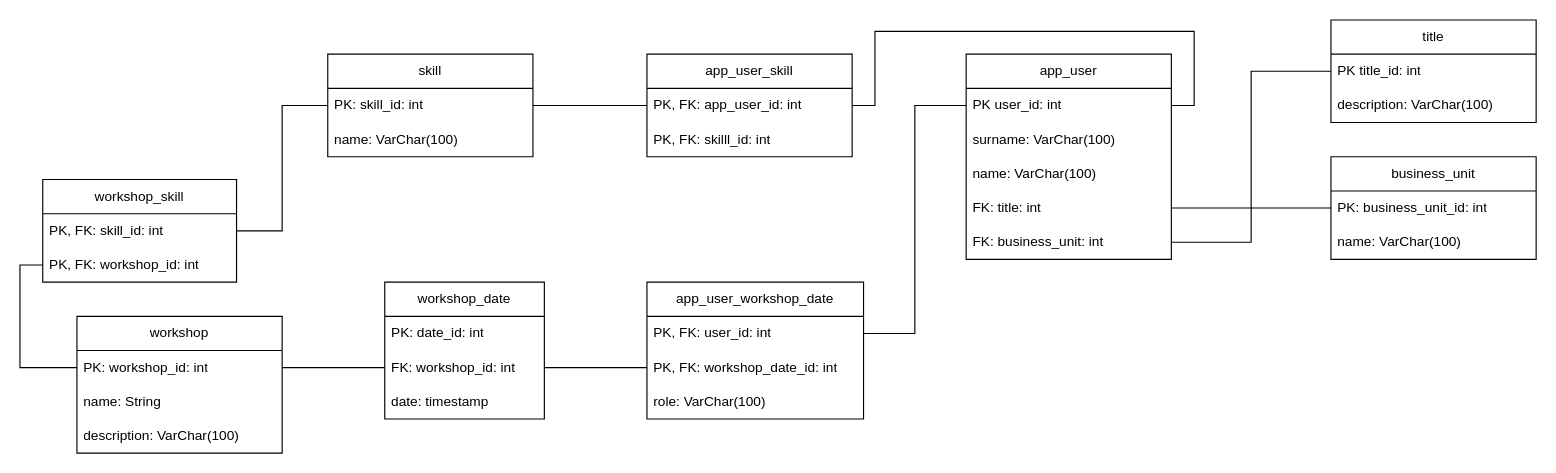
Before: diagrams/ERM.drawio in FlxPt/MeetUp, a draw.io diagram. Source tidied: cells renumbered, new cells numbered last; positions are measured from the earlier drawing's top-left corner, leaving out a move shared by most shapes. Both pictures are drawn from the tidied source at 114%, with x=0, y=0 at pixel (42, 19).
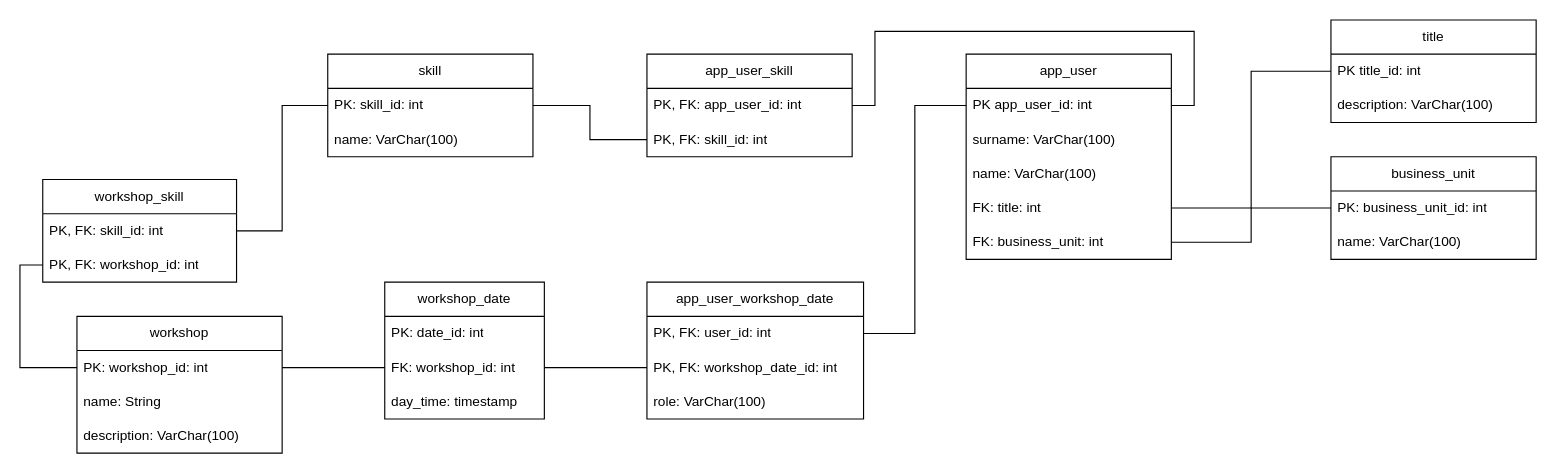
After the change.

Commit message (it also covers changes not shown here):
ref: add relationship between workshop and Workshop_date

Unchanged cells that the change refers to:
```xml
<mxCell id="10" value="PK:&amp;nbsp;&lt;span style=&quot;text-align: center;&quot;&gt;skill&lt;/span&gt;_id: int" style="text;strokeColor=none;fillColor=none;align=left;verticalAlign=middle;spacingLeft=4;spacingRight=4;overflow=hidden;points=[[0,0.5],[1,0.5]];portConstraint=eastwest;whiteSpace=wrap;html=1;" parent="9" vertex="1">
  <mxGeometry y="30" width="180" height="30" as="geometry" />
</mxCell>
<mxCell id="12" value="app_user_skill" style="swimlane;fontStyle=0;horizontal=1;startSize=30;whiteSpace=wrap;html=1;" parent="1" vertex="1">
  <mxGeometry x="530" y="30" width="180" height="90" as="geometry" />
</mxCell>
<mxCell id="13" value="PK, FK: app_user_id: int" style="text;strokeColor=none;fillColor=none;align=left;verticalAlign=middle;spacingLeft=4;spacingRight=4;overflow=hidden;points=[[0,0.5],[1,0.5]];portConstraint=eastwest;whiteSpace=wrap;html=1;" parent="12" vertex="1">
  <mxGeometry y="30" width="180" height="30" as="geometry" />
</mxCell>
<mxCell id="15" value="app_user" style="swimlane;fontStyle=0;horizontal=1;startSize=30;whiteSpace=wrap;html=1;" parent="1" vertex="1">
  <mxGeometry x="810" y="30" width="180" height="180" as="geometry" />
</mxCell>
<mxCell id="36" value="workshop_date" style="swimlane;fontStyle=0;horizontal=1;startSize=30;whiteSpace=wrap;html=1;" parent="1" vertex="1">
  <mxGeometry x="300" y="230" width="140" height="120" as="geometry" />
</mxCell>
```

Change to the diagram source:
```diff
@@
-    <mxCell id="14" value="PK, FK: skilll_id: int" style="text;strokeColor=none;fillColor=none;align=left;verticalAlign=middle;spacingLeft=4;spacingRight=4;overflow=hidden;points=[[0,0.5],[1,0.5]];portConstraint=eastwest;whiteSpace=wrap;html=1;" parent="12" vertex="1">
+    <mxCell id="14" value="PK, FK: skill_id: int" style="text;strokeColor=none;fillColor=none;align=left;verticalAlign=middle;spacingLeft=4;spacingRight=4;overflow=hidden;points=[[0,0.5],[1,0.5]];portConstraint=eastwest;whiteSpace=wrap;html=1;" parent="12" vertex="1">
       <mxGeometry y="60" width="180" height="30" as="geometry" />
     </mxCell>
@@
-    <mxCell id="16" value="PK user_id: int" style="text;strokeColor=none;fillColor=none;align=left;verticalAlign=middle;spacingLeft=4;spacingRight=4;overflow=hidden;points=[[0,0.5],[1,0.5]];portConstraint=eastwest;whiteSpace=wrap;html=1;" parent="15" vertex="1">
+    <mxCell id="16" value="PK app_user_id: int" style="text;strokeColor=none;fillColor=none;align=left;verticalAlign=middle;spacingLeft=4;spacingRight=4;overflow=hidden;points=[[0,0.5],[1,0.5]];portConstraint=eastwest;whiteSpace=wrap;html=1;" parent="15" vertex="1">
       <mxGeometry y="30" width="180" height="30" as="geometry" />
     </mxCell>
@@
-    <mxCell id="25" style="edgeStyle=orthogonalEdgeStyle;rounded=0;jettySize=auto;html=1;exitX=1;exitY=0.5;exitDx=0;exitDy=0;entryX=0;entryY=0.5;entryDx=0;entryDy=0;endArrow=none;startFill=0;" parent="1" edge="1" source="10" target="13">
+    <mxCell id="25" style="edgeStyle=orthogonalEdgeStyle;rounded=0;jettySize=auto;html=1;exitX=1;exitY=0.5;exitDx=0;exitDy=0;entryX=0;entryY=0.5;entryDx=0;entryDy=0;endArrow=none;startFill=0;" parent="1" edge="1" source="10" target="14">
       <mxGeometry relative="1" as="geometry" />
     </mxCell>
@@
-    <mxCell id="39" value="date: timestamp" style="text;strokeColor=none;fillColor=none;align=left;verticalAlign=middle;spacingLeft=4;spacingRight=4;overflow=hidden;whiteSpace=wrap;html=1;" parent="36" vertex="1">
+    <mxCell id="39" value="day_time: timestamp" style="text;strokeColor=none;fillColor=none;align=left;verticalAlign=middle;spacingLeft=4;spacingRight=4;overflow=hidden;whiteSpace=wrap;html=1;" parent="36" vertex="1">
       <mxGeometry y="90" width="140" height="30" as="geometry" />
     </mxCell>
```
